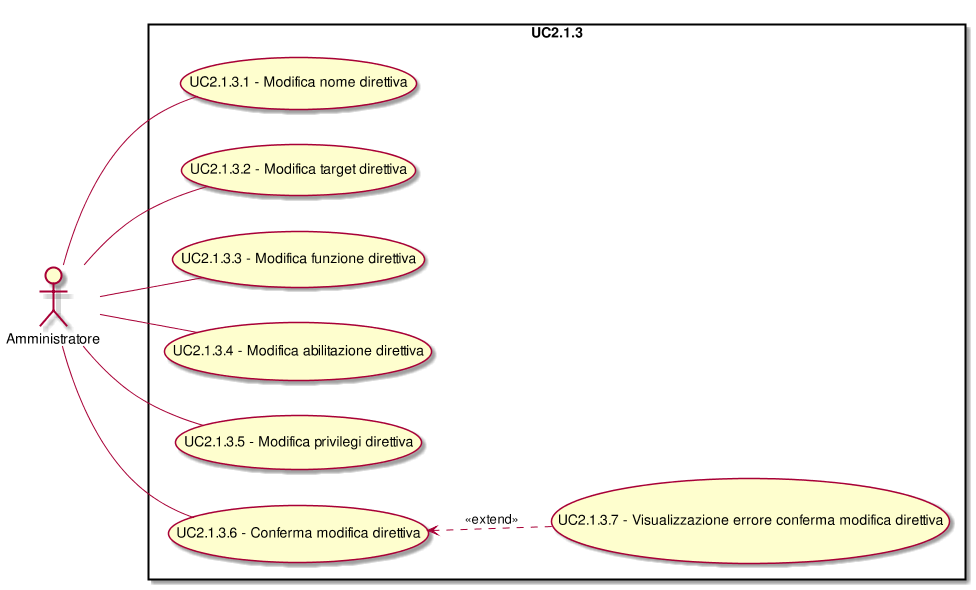
This is RR/Esterni/AnalisiDeiRequisiti/images/UseCaseUC213.png from CoCodeSWE/Docs, a PlantUML export, as it was before one commit.
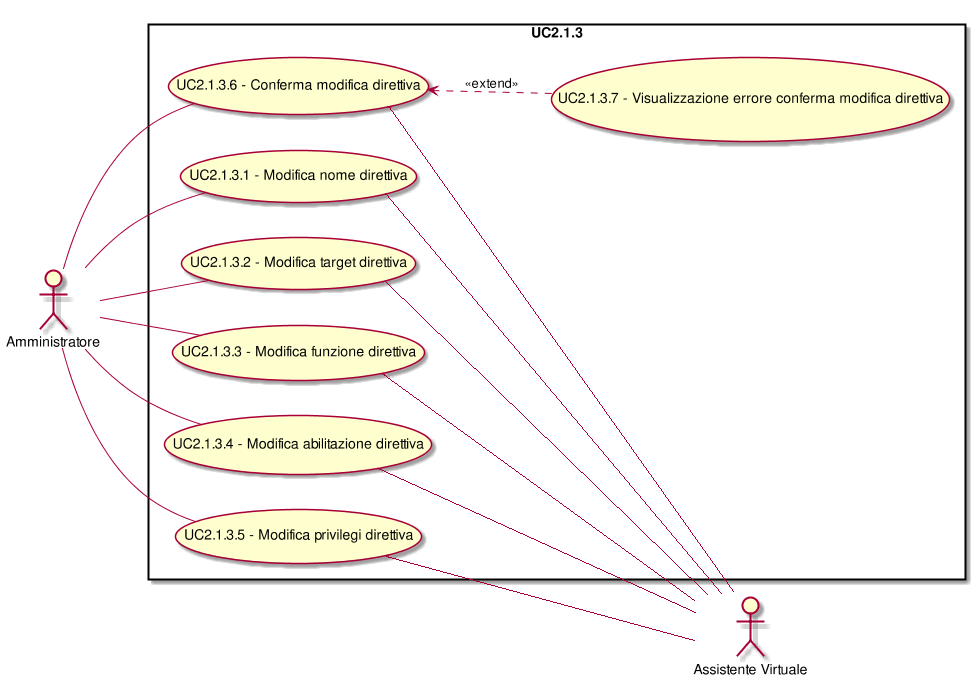
After the commit.

Diff of the diagram source:
```diff
@@ -3,20 +3,34 @@
 left to right direction
 skinparam packageStyle rect
 :Amministratore:
+:Assistente Virtuale:
 rectangle UC2.1.3{
 (UC2.1.3.6) <.. (UC2.1.3.7): <<extend>>
 ( UC2.1.3.1 - Modifica nome direttiva ) as (UC2.1.3.1)
 :Amministratore:--(UC2.1.3.1)
+( UC2.1.3.1 - Modifica nome direttiva ) as (UC2.1.3.1)
+(UC2.1.3.1)--:Assistente Virtuale:
 ( UC2.1.3.2 - Modifica target direttiva ) as (UC2.1.3.2)
 :Amministratore:--(UC2.1.3.2)
+( UC2.1.3.2 - Modifica target direttiva ) as (UC2.1.3.2)
+(UC2.1.3.2)--:Assistente Virtuale:
 ( UC2.1.3.3 - Modifica funzione direttiva ) as (UC2.1.3.3)
 :Amministratore:--(UC2.1.3.3)
+( UC2.1.3.3 - Modifica funzione direttiva ) as (UC2.1.3.3)
+(UC2.1.3.3)--:Assistente Virtuale:
 ( UC2.1.3.4 - Modifica abilitazione direttiva ) as (UC2.1.3.4)
 :Amministratore:--(UC2.1.3.4)
+( UC2.1.3.4 - Modifica abilitazione direttiva ) as (UC2.1.3.4)
+(UC2.1.3.4)--:Assistente Virtuale:
 ( UC2.1.3.5 - Modifica privilegi direttiva ) as (UC2.1.3.5)
 :Amministratore:--(UC2.1.3.5)
+( UC2.1.3.5 - Modifica privilegi direttiva ) as (UC2.1.3.5)
+(UC2.1.3.5)--:Assistente Virtuale:
 ( UC2.1.3.6 - Conferma modifica direttiva ) as (UC2.1.3.6)
 :Amministratore:--(UC2.1.3.6)
+( UC2.1.3.6 - Conferma modifica direttiva ) as (UC2.1.3.6)
+(UC2.1.3.6)--:Assistente Virtuale:
+( UC2.1.3.7 - Visualizzazione errore conferma modifica direttiva ) as (UC2.1.3.7)
 ( UC2.1.3.7 - Visualizzazione errore conferma modifica direttiva ) as (UC2.1.3.7)
 }
 @enduml
```
